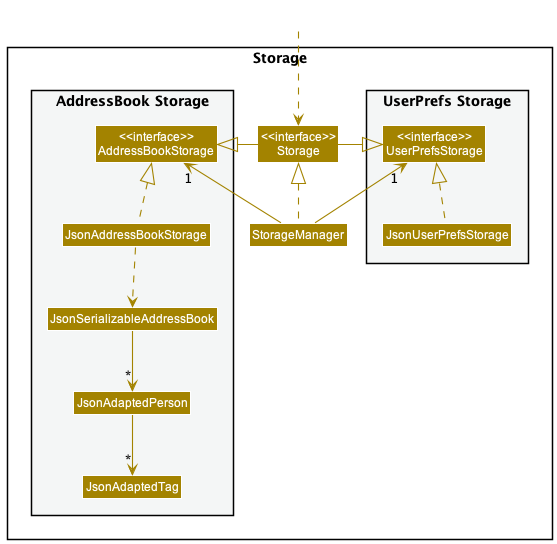
The PlantUML diagram docs/images/StorageClassDiagram.png in nus-cs2103-AY2223S2/tp, before a commit.
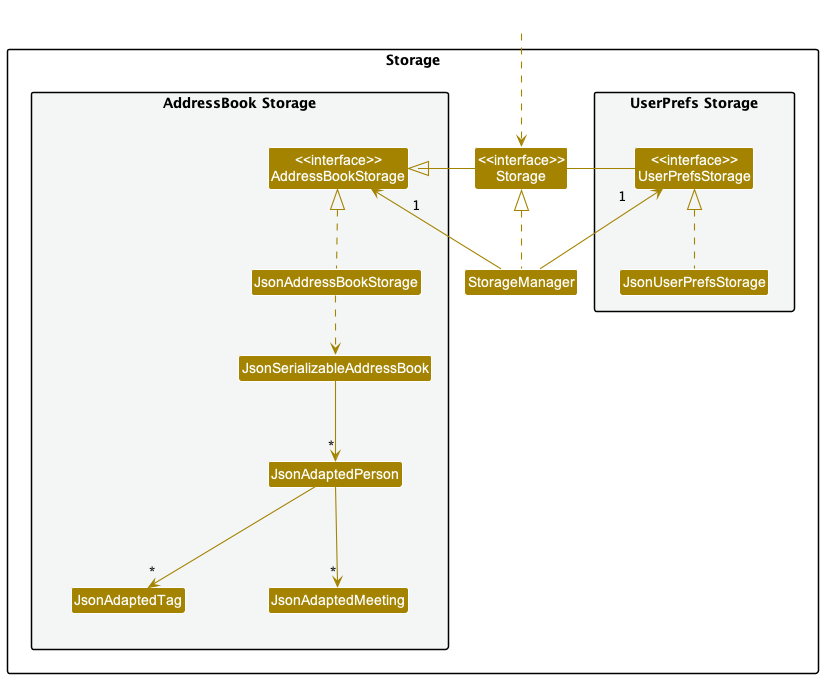
Above is the later version.

Commit message:
Update Storage class diagram

Change to the diagram source:
```diff
@@ -20,6 +20,7 @@
 Class JsonSerializableAddressBook
 Class JsonAdaptedPerson
 Class JsonAdaptedTag
+Class JsonAdaptedMeeting
 }
 
 }
@@ -39,5 +40,6 @@
 JsonAddressBookStorage ..> JsonSerializableAddressBook
 JsonSerializableAddressBook --> "*" JsonAdaptedPerson
 JsonAdaptedPerson --> "*" JsonAdaptedTag
+JsonAdaptedPerson --> "*" JsonAdaptedMeeting
 
 @enduml
```
